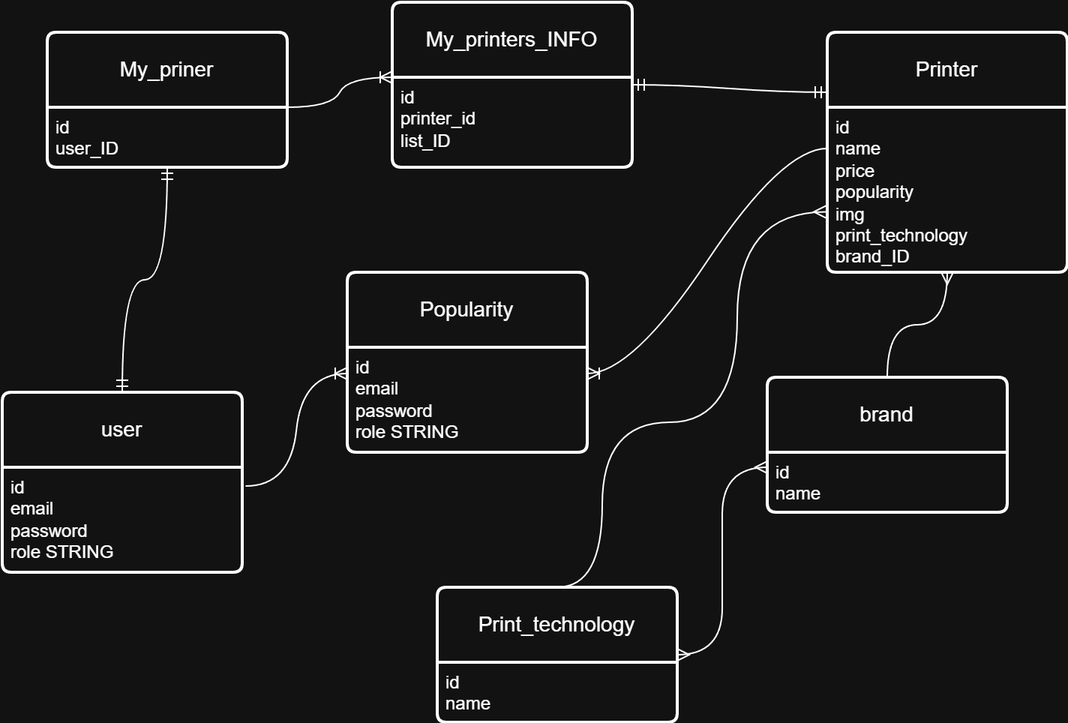
ZERPANTIN/PERN-CRUD-APP keeps this draw.io diagram as images/diagram.png. Above is the earlier version. Source tidied: cells renumbered, new cells last; positions are measured from the earlier drawing's top-left corner, leaving out a move shared by most shapes. Its diagram source:
```xml
<mxGraphModel>
  <root>
    <mxCell id="0" />
    <mxCell id="1" parent="0" />
    <mxCell id="2" value="user" style="swimlane;horizontal=1;startSize=50;rounded=1;fontSize=14;fontStyle=0;strokeWidth=2;shadow=0;dashed=0;align=center;arcSize=4;whiteSpace=wrap;html=1;" parent="1" vertex="1">
      <mxGeometry y="260" width="160" height="120" as="geometry" />
    </mxCell>
    <mxCell id="3" value="id&lt;br&gt;email&lt;br&gt;password&lt;div&gt;role STRING&lt;/div&gt;" style="align=left;strokeColor=none;fillColor=none;spacingLeft=4;spacingRight=4;fontSize=12;verticalAlign=top;html=1;whiteSpace=wrap;" parent="2" vertex="1">
      <mxGeometry y="50" width="160" height="70" as="geometry" />
    </mxCell>
    <mxCell id="4" value="My_priner" style="swimlane;horizontal=1;startSize=50;rounded=1;fontSize=14;fontStyle=0;strokeWidth=2;shadow=0;dashed=0;align=center;arcSize=4;whiteSpace=wrap;html=1;" parent="1" vertex="1">
      <mxGeometry x="30" y="20" width="160" height="90" as="geometry" />
    </mxCell>
    <mxCell id="5" value="id&lt;br&gt;user_ID" style="align=left;strokeColor=none;fillColor=none;spacingLeft=4;spacingRight=4;fontSize=12;verticalAlign=top;html=1;whiteSpace=wrap;" parent="4" vertex="1">
      <mxGeometry y="50" width="160" height="40" as="geometry" />
    </mxCell>
    <mxCell id="6" style="edgeStyle=orthogonalEdgeStyle;fontSize=12;html=1;endArrow=ERmandOne;startArrow=ERmandOne;rounded=0;exitX=0.5;exitY=0;exitDx=0;exitDy=0;entryX=0.5;entryY=1;entryDx=0;entryDy=0;curved=1;" parent="1" edge="1" source="2" target="5">
      <mxGeometry relative="1" as="geometry" />
    </mxCell>
    <mxCell id="7" value="Printer" style="swimlane;horizontal=1;startSize=50;rounded=1;fontSize=14;fontStyle=0;strokeWidth=2;shadow=0;dashed=0;align=center;arcSize=4;whiteSpace=wrap;html=1;" parent="1" vertex="1">
      <mxGeometry x="550" y="20" width="160" height="160" as="geometry" />
    </mxCell>
    <mxCell id="8" value="id&lt;br&gt;name&lt;div&gt;price&lt;/div&gt;&lt;div&gt;&lt;span style=&quot;background-color: transparent; color: light-dark(rgb(0, 0, 0), rgb(255, 255, 255));&quot;&gt;popularity&lt;/span&gt;&lt;/div&gt;&lt;div&gt;&lt;span style=&quot;background-color: transparent; color: light-dark(rgb(0, 0, 0), rgb(255, 255, 255));&quot;&gt;img&lt;/span&gt;&lt;/div&gt;&lt;div&gt;print_technology&lt;/div&gt;&lt;div&gt;brand_ID&lt;/div&gt;" style="align=left;strokeColor=none;fillColor=none;spacingLeft=4;spacingRight=4;fontSize=12;verticalAlign=top;html=1;whiteSpace=wrap;" parent="7" vertex="1">
      <mxGeometry y="50" width="160" height="110" as="geometry" />
    </mxCell>
    <mxCell id="9" value="Print_technology" style="swimlane;horizontal=1;startSize=50;rounded=1;fontSize=14;fontStyle=0;strokeWidth=2;shadow=0;dashed=0;align=center;arcSize=4;whiteSpace=wrap;html=1;" parent="1" vertex="1">
      <mxGeometry x="290" y="390" width="160" height="90" as="geometry" />
    </mxCell>
    <mxCell id="10" value="id&lt;br&gt;name" style="align=left;strokeColor=none;fillColor=none;spacingLeft=4;spacingRight=4;fontSize=12;verticalAlign=top;html=1;whiteSpace=wrap;" parent="9" vertex="1">
      <mxGeometry y="50" width="160" height="40" as="geometry" />
    </mxCell>
    <mxCell id="11" style="edgeStyle=orthogonalEdgeStyle;fontSize=12;html=1;endArrow=ERmany;rounded=0;exitX=0.5;exitY=0;exitDx=0;exitDy=0;curved=1;entryX=-0.006;entryY=0.634;entryDx=0;entryDy=0;entryPerimeter=0;" parent="1" edge="1" source="9" target="8">
      <mxGeometry relative="1" as="geometry">
        <Array as="points">
          <mxPoint x="400" y="390" />
          <mxPoint x="400" y="280" />
          <mxPoint x="490" y="280" />
          <mxPoint x="490" y="140" />
        </Array>
      </mxGeometry>
    </mxCell>
    <mxCell id="12" value="brand" style="swimlane;horizontal=1;startSize=50;rounded=1;fontSize=14;fontStyle=0;strokeWidth=2;shadow=0;dashed=0;align=center;arcSize=4;whiteSpace=wrap;html=1;" parent="1" vertex="1">
      <mxGeometry x="510" y="250" width="160" height="90" as="geometry" />
    </mxCell>
    <mxCell id="13" value="id&lt;br&gt;name" style="align=left;strokeColor=none;fillColor=none;spacingLeft=4;spacingRight=4;fontSize=12;verticalAlign=top;html=1;whiteSpace=wrap;" parent="12" vertex="1">
      <mxGeometry y="50" width="160" height="40" as="geometry" />
    </mxCell>
    <mxCell id="14" style="edgeStyle=orthogonalEdgeStyle;fontSize=12;html=1;endArrow=ERmany;rounded=0;exitX=0.5;exitY=0;exitDx=0;exitDy=0;curved=1;entryX=0.5;entryY=1;entryDx=0;entryDy=0;" parent="1" edge="1" source="12" target="7">
      <mxGeometry relative="1" as="geometry" />
    </mxCell>
    <mxCell id="15" style="edgeStyle=entityRelationEdgeStyle;fontSize=12;html=1;endArrow=ERmany;startArrow=ERmany;rounded=0;strokeColor=default;align=center;verticalAlign=middle;fontFamily=Helvetica;fontColor=default;labelBackgroundColor=default;curved=1;exitX=1;exitY=0.5;exitDx=0;exitDy=0;entryX=0;entryY=0.25;entryDx=0;entryDy=0;" parent="1" edge="1" source="9" target="13">
      <mxGeometry relative="1" as="geometry" />
    </mxCell>
    <mxCell id="16" value="My_printers_INFO" style="swimlane;horizontal=1;startSize=50;rounded=1;fontSize=14;fontStyle=0;strokeWidth=2;shadow=0;dashed=0;align=center;arcSize=4;whiteSpace=wrap;html=1;" parent="1" vertex="1">
      <mxGeometry x="260" width="160" height="110" as="geometry" />
    </mxCell>
    <mxCell id="17" value="id&lt;br&gt;printer_id&lt;div&gt;list_ID&lt;/div&gt;" style="align=left;strokeColor=none;fillColor=none;spacingLeft=4;spacingRight=4;fontSize=12;verticalAlign=top;html=1;whiteSpace=wrap;" parent="16" vertex="1">
      <mxGeometry y="50" width="160" height="60" as="geometry" />
    </mxCell>
    <mxCell id="18" style="edgeStyle=entityRelationEdgeStyle;fontSize=12;html=1;endArrow=ERoneToMany;rounded=0;strokeColor=default;align=center;verticalAlign=middle;fontFamily=Helvetica;fontColor=default;labelBackgroundColor=default;curved=1;entryX=0;entryY=0;entryDx=0;entryDy=0;exitX=1;exitY=0;exitDx=0;exitDy=0;" parent="1" edge="1" source="5" target="17">
      <mxGeometry relative="1" as="geometry" />
    </mxCell>
    <mxCell id="19" style="edgeStyle=entityRelationEdgeStyle;fontSize=12;html=1;endArrow=ERmandOne;startArrow=ERmandOne;rounded=0;strokeColor=default;align=center;verticalAlign=middle;fontFamily=Helvetica;fontColor=default;labelBackgroundColor=default;curved=1;entryX=1;entryY=0.5;entryDx=0;entryDy=0;exitX=0;exitY=0.25;exitDx=0;exitDy=0;" parent="1" edge="1" source="7" target="16">
      <mxGeometry relative="1" as="geometry" />
    </mxCell>
    <mxCell id="20" value="Popularity" style="swimlane;horizontal=1;startSize=50;rounded=1;fontSize=14;fontStyle=0;strokeWidth=2;shadow=0;dashed=0;align=center;arcSize=4;whiteSpace=wrap;html=1;" parent="1" vertex="1">
      <mxGeometry x="230" y="180" width="160" height="120" as="geometry" />
    </mxCell>
    <mxCell id="21" value="id&lt;br&gt;email&lt;br&gt;password&lt;div&gt;role STRING&lt;/div&gt;" style="align=left;strokeColor=none;fillColor=none;spacingLeft=4;spacingRight=4;fontSize=12;verticalAlign=top;html=1;whiteSpace=wrap;" parent="20" vertex="1">
      <mxGeometry y="50" width="160" height="70" as="geometry" />
    </mxCell>
    <mxCell id="22" style="edgeStyle=entityRelationEdgeStyle;fontSize=12;html=1;endArrow=ERoneToMany;rounded=0;strokeColor=default;align=center;verticalAlign=middle;fontFamily=Helvetica;fontColor=default;labelBackgroundColor=default;curved=1;entryX=1;entryY=0.25;entryDx=0;entryDy=0;exitX=0;exitY=0.25;exitDx=0;exitDy=0;" parent="1" edge="1" source="8" target="21">
      <mxGeometry relative="1" as="geometry">
        <Array as="points">
          <mxPoint x="430" y="150" />
          <mxPoint x="460" y="160" />
          <mxPoint x="450" y="140" />
          <mxPoint x="450" y="140" />
          <mxPoint x="430" y="150" />
        </Array>
      </mxGeometry>
    </mxCell>
    <mxCell id="23" style="edgeStyle=entityRelationEdgeStyle;fontSize=12;html=1;endArrow=ERoneToMany;rounded=0;strokeColor=default;align=center;verticalAlign=middle;fontFamily=Helvetica;fontColor=default;labelBackgroundColor=default;curved=1;exitX=1.014;exitY=0.179;exitDx=0;exitDy=0;exitPerimeter=0;entryX=0;entryY=0.25;entryDx=0;entryDy=0;" parent="1" edge="1" source="3" target="21">
      <mxGeometry relative="1" as="geometry" />
    </mxCell>
  </root>
</mxGraphModel>
```
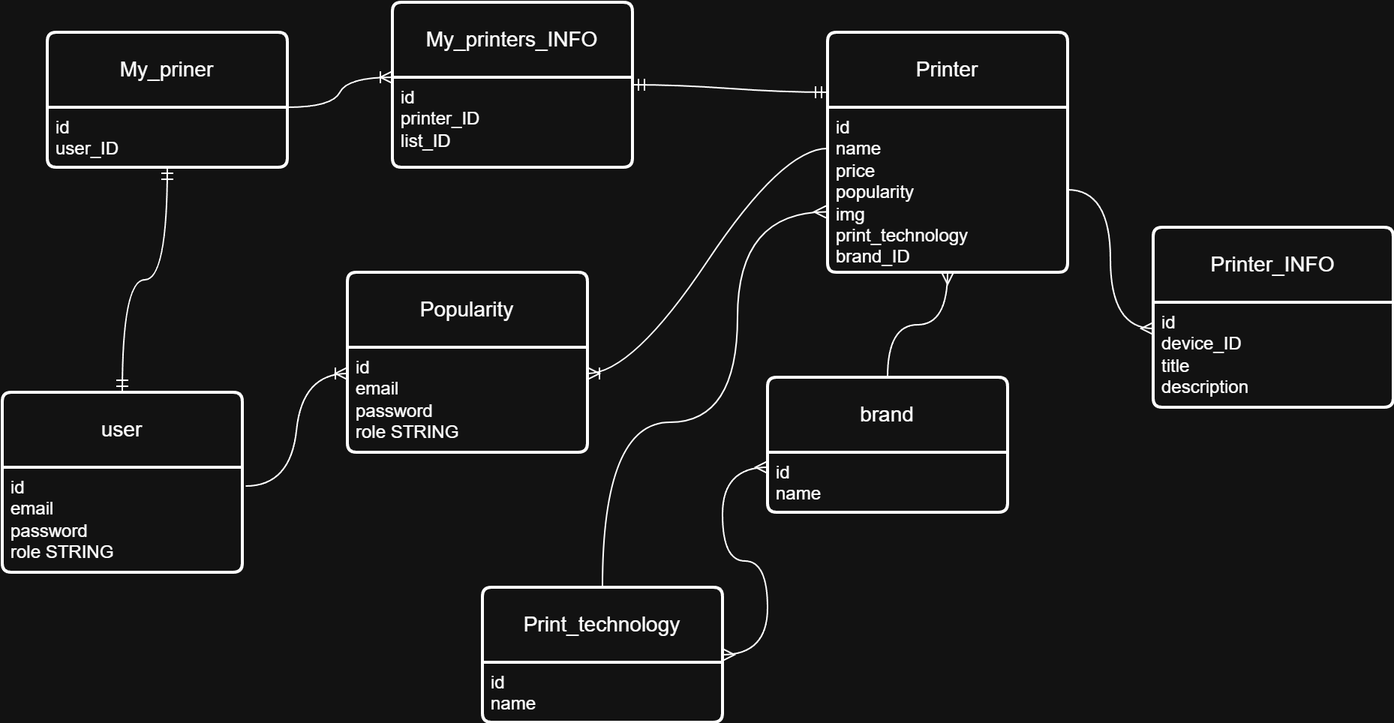
After the commit.

Change to the diagram source:
```diff
@@ -24,7 +24,7 @@
       <mxGeometry y="50" width="160" height="110" as="geometry" />
     </mxCell>
     <mxCell id="9" value="Print_technology" style="swimlane;horizontal=1;startSize=50;rounded=1;fontSize=14;fontStyle=0;strokeWidth=2;shadow=0;dashed=0;align=center;arcSize=4;whiteSpace=wrap;html=1;" parent="1" vertex="1">
-      <mxGeometry x="290" y="390" width="160" height="90" as="geometry" />
+      <mxGeometry x="320" y="390" width="160" height="90" as="geometry" />
     </mxCell>
     <mxCell id="10" value="id&lt;br&gt;name" style="align=left;strokeColor=none;fillColor=none;spacingLeft=4;spacingRight=4;fontSize=12;verticalAlign=top;html=1;whiteSpace=wrap;" parent="9" vertex="1">
       <mxGeometry y="50" width="160" height="40" as="geometry" />
@@ -54,7 +54,7 @@
     <mxCell id="16" value="My_printers_INFO" style="swimlane;horizontal=1;startSize=50;rounded=1;fontSize=14;fontStyle=0;strokeWidth=2;shadow=0;dashed=0;align=center;arcSize=4;whiteSpace=wrap;html=1;" parent="1" vertex="1">
       <mxGeometry x="260" width="160" height="110" as="geometry" />
     </mxCell>
-    <mxCell id="17" value="id&lt;br&gt;printer_id&lt;div&gt;list_ID&lt;/div&gt;" style="align=left;strokeColor=none;fillColor=none;spacingLeft=4;spacingRight=4;fontSize=12;verticalAlign=top;html=1;whiteSpace=wrap;" parent="16" vertex="1">
+    <mxCell id="17" value="id&lt;br&gt;printer_ID&lt;div&gt;list_ID&lt;/div&gt;" style="align=left;strokeColor=none;fillColor=none;spacingLeft=4;spacingRight=4;fontSize=12;verticalAlign=top;html=1;whiteSpace=wrap;" parent="16" vertex="1">
       <mxGeometry y="50" width="160" height="60" as="geometry" />
     </mxCell>
     <mxCell id="18" style="edgeStyle=entityRelationEdgeStyle;fontSize=12;html=1;endArrow=ERoneToMany;rounded=0;strokeColor=default;align=center;verticalAlign=middle;fontFamily=Helvetica;fontColor=default;labelBackgroundColor=default;curved=1;entryX=0;entryY=0;entryDx=0;entryDy=0;exitX=1;exitY=0;exitDx=0;exitDy=0;" parent="1" edge="1" source="5" target="17">
@@ -83,5 +83,14 @@
     <mxCell id="23" style="edgeStyle=entityRelationEdgeStyle;fontSize=12;html=1;endArrow=ERoneToMany;rounded=0;strokeColor=default;align=center;verticalAlign=middle;fontFamily=Helvetica;fontColor=default;labelBackgroundColor=default;curved=1;exitX=1.014;exitY=0.179;exitDx=0;exitDy=0;exitPerimeter=0;entryX=0;entryY=0.25;entryDx=0;entryDy=0;" parent="1" edge="1" source="3" target="21">
       <mxGeometry relative="1" as="geometry" />
     </mxCell>
+    <mxCell id="24" value="Printer_INFO" style="swimlane;horizontal=1;startSize=50;rounded=1;fontSize=14;fontStyle=0;strokeWidth=2;shadow=0;dashed=0;align=center;arcSize=4;whiteSpace=wrap;html=1;" parent="1" vertex="1">
+      <mxGeometry x="767" y="150" width="160" height="120" as="geometry" />
+    </mxCell>
+    <mxCell id="25" value="id&lt;br&gt;device_ID&lt;div&gt;title&lt;/div&gt;&lt;div&gt;description&lt;/div&gt;" style="align=left;strokeColor=none;fillColor=none;spacingLeft=4;spacingRight=4;fontSize=12;verticalAlign=top;html=1;whiteSpace=wrap;" parent="24" vertex="1">
+      <mxGeometry y="50" width="160" height="70" as="geometry" />
+    </mxCell>
+    <mxCell id="26" style="edgeStyle=orthogonalEdgeStyle;fontSize=12;html=1;endArrow=ERmany;rounded=0;exitX=1;exitY=0.5;exitDx=0;exitDy=0;curved=1;entryX=0;entryY=0.25;entryDx=0;entryDy=0;" parent="1" edge="1" source="8" target="25">
+      <mxGeometry relative="1" as="geometry" />
+    </mxCell>
   </root>
 </mxGraphModel>
```
